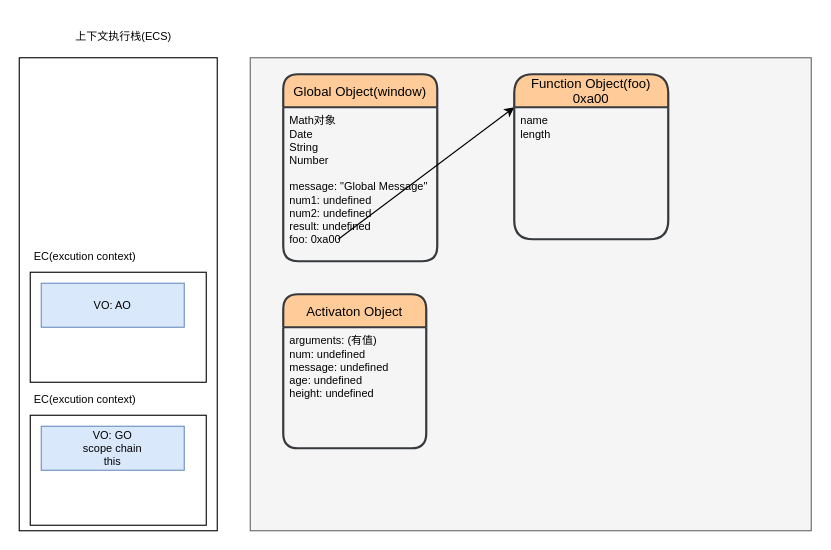
This is page "执行前" (1 of 2) of Learn_JavaScript_Advance/02_浏览器和JS的原理/draw/02_函数代码的执行过程.dio from AylaHuwangwl/Js-advanced, a draw.io file, before an edit. Source tidied: cells renumbered, new cells numbered last; positions are measured from the earlier drawing's top-left corner, leaving out a move shared by most shapes. Both pictures are drawn from the tidied source at 110%, with x=0, y=0 at pixel (19, 19).
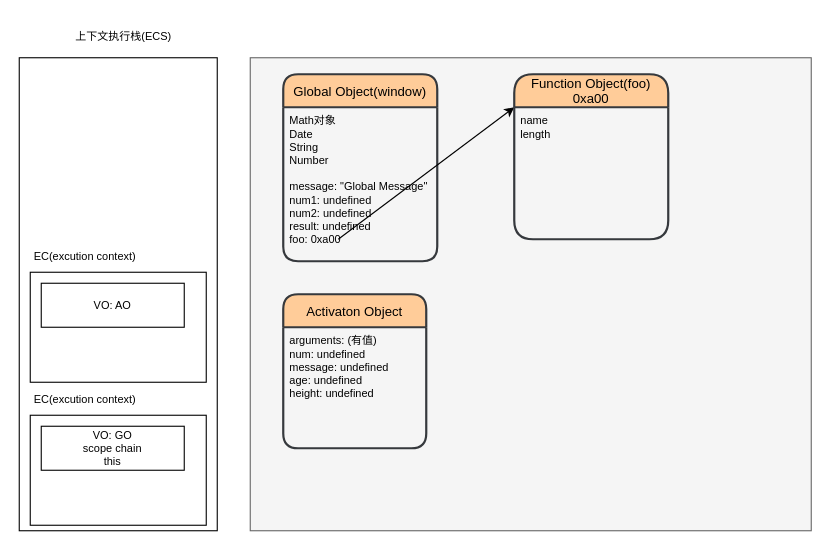
After the change.

The edit, as a diff of the source:
```diff
@@
 <mxGraphModel>
   <root>
     <mxCell id="0" />
     <mxCell id="1" parent="0" />
     <mxCell id="2" style="rounded=0;whiteSpace=wrap;html=1;" parent="1" vertex="1">
       <mxGeometry y="35" width="180" height="430" as="geometry" />
     </mxCell>
     <mxCell id="3" style="rounded=0;whiteSpace=wrap;html=1;fillColor=#f5f5f5;strokeColor=#666666;fontColor=#333333;" parent="1" vertex="1">
       <mxGeometry x="210" y="35" width="510" height="430" as="geometry" />
     </mxCell>
     <mxCell id="4" value="Global Object(window)" style="swimlane;horizontal=1;startSize=30;rounded=1;fontSize=12;fontStyle=0;strokeWidth=2;shadow=0;dashed=0;align=center;fillColor=#ffcc99;strokeColor=#36393d;" parent="1" vertex="1">
       <mxGeometry x="240" y="50" width="140" height="170" as="geometry" />
     </mxCell>
     <mxCell id="5" value="Math对象&#10;Date&#10;String&#10;Number&#10;&#10;message: &quot;Global Message&quot;&#10;num1: undefined&#10;num2: undefined&#10;result: undefined&#10;foo: 0xa00" style="align=left;strokeColor=none;fillColor=none;spacingLeft=4;fontSize=10;verticalAlign=top;" parent="4" vertex="1">
       <mxGeometry y="30" width="140" height="140" as="geometry" />
     </mxCell>
     <mxCell id="6" style="endArrow=classic;html=1;fontSize=10;entryX=0;entryY=0;entryDx=0;entryDy=0;" parent="4" edge="1" target="11">
       <mxGeometry relative="1" as="geometry">
         <mxPoint x="50" y="150" as="sourcePoint" />
       </mxGeometry>
     </mxCell>
     <mxCell id="7" value="上下文执行栈(ECS)" style="text;html=1;strokeColor=none;fillColor=none;align=center;verticalAlign=middle;whiteSpace=wrap;rounded=0;fontSize=10;" parent="1" vertex="1">
       <mxGeometry x="50" width="90" height="30" as="geometry" />
     </mxCell>
     <mxCell id="8" style="rounded=0;whiteSpace=wrap;html=1;fontSize=10;" parent="1" vertex="1">
       <mxGeometry x="10" y="360" width="160" height="100" as="geometry" />
     </mxCell>
     <mxCell id="9" value="EC(excution context)" style="text;html=1;strokeColor=none;fillColor=none;align=center;verticalAlign=middle;whiteSpace=wrap;rounded=0;fontSize=10;" parent="1" vertex="1">
       <mxGeometry x="10" y="330" width="100" height="30" as="geometry" />
     </mxCell>
     <mxCell id="10" value="Function Object(foo)&#10;0xa00" style="swimlane;horizontal=1;startSize=30;rounded=1;fontSize=12;fontStyle=0;strokeWidth=2;shadow=0;dashed=0;align=center;fillColor=#ffcc99;strokeColor=#36393d;arcSize=19;" parent="1" vertex="1">
       <mxGeometry x="450" y="50" width="140" height="150" as="geometry" />
     </mxCell>
     <mxCell id="11" value="name&#10;length" style="align=left;strokeColor=none;fillColor=none;spacingLeft=4;fontSize=10;verticalAlign=top;" parent="10" vertex="1">
       <mxGeometry y="30" width="140" height="120" as="geometry" />
     </mxCell>
-    <mxCell id="12" value="VO: GO&lt;br&gt;scope chain&lt;br&gt;this" style="rounded=0;whiteSpace=wrap;html=1;fontSize=10;fillColor=#dae8fc;strokeColor=#6c8ebf;" parent="1" vertex="1">
+    <mxCell id="12" value="VO: GO&lt;br&gt;scope chain&lt;br&gt;this" style="rounded=0;whiteSpace=wrap;html=1;fontSize=10;" parent="1" vertex="1">
       <mxGeometry x="20" y="370" width="130" height="40" as="geometry" />
     </mxCell>
     <mxCell id="13" style="rounded=0;whiteSpace=wrap;html=1;fontSize=10;" parent="1" vertex="1">
       <mxGeometry x="10" y="230" width="160" height="100" as="geometry" />
     </mxCell>
     <mxCell id="14" value="EC(excution context)" style="text;html=1;strokeColor=none;fillColor=none;align=center;verticalAlign=middle;whiteSpace=wrap;rounded=0;fontSize=10;" parent="1" vertex="1">
       <mxGeometry x="10" y="200" width="100" height="30" as="geometry" />
     </mxCell>
-    <mxCell id="15" value="VO: AO" style="rounded=0;whiteSpace=wrap;html=1;fontSize=10;fillColor=#dae8fc;strokeColor=#6c8ebf;" parent="1" vertex="1">
+    <mxCell id="15" value="VO: AO" style="rounded=0;whiteSpace=wrap;html=1;fontSize=10;" parent="1" vertex="1">
       <mxGeometry x="20" y="240" width="130" height="40" as="geometry" />
     </mxCell>
     <mxCell id="16" value="Activaton Object" style="swimlane;horizontal=1;startSize=30;rounded=1;fontSize=12;fontStyle=0;strokeWidth=2;shadow=0;dashed=0;align=center;fillColor=#ffcc99;strokeColor=#36393d;" parent="1" vertex="1">
       <mxGeometry x="240" y="250" width="130" height="140" as="geometry" />
     </mxCell>
     <mxCell id="17" value="arguments: (有值)&#10;num: undefined&#10;message: undefined&#10;age: undefined&#10;height: undefined" style="align=left;strokeColor=none;fillColor=none;spacingLeft=4;fontSize=10;verticalAlign=top;" parent="16" vertex="1">
       <mxGeometry y="30" width="130" height="110" as="geometry" />
     </mxCell>
   </root>
 </mxGraphModel>
```
